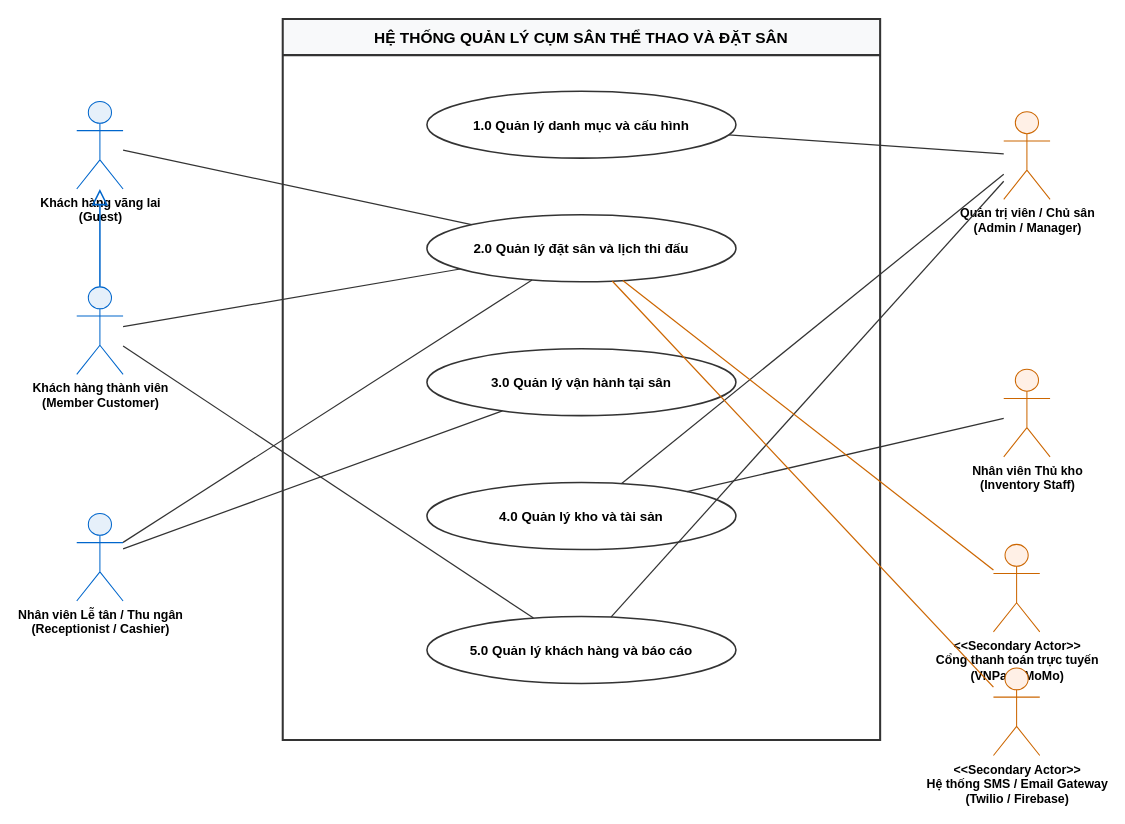
The draw.io diagram page "00_UC_TongThe" (1 of 7) of BTH/BTH3_UsecaseDiagram/DoAn_OOAD_UseCaseDiagram.drawio in nphat-code/DoAn-OOAD-SGU, before the edit. Source tidied: cells renumbered, new cells numbered last; positions are measured from the earlier drawing's top-left corner, leaving out a move shared by most shapes. Both pictures are drawn from the tidied source at 103%, with x=0, y=0 at pixel (76, 19).
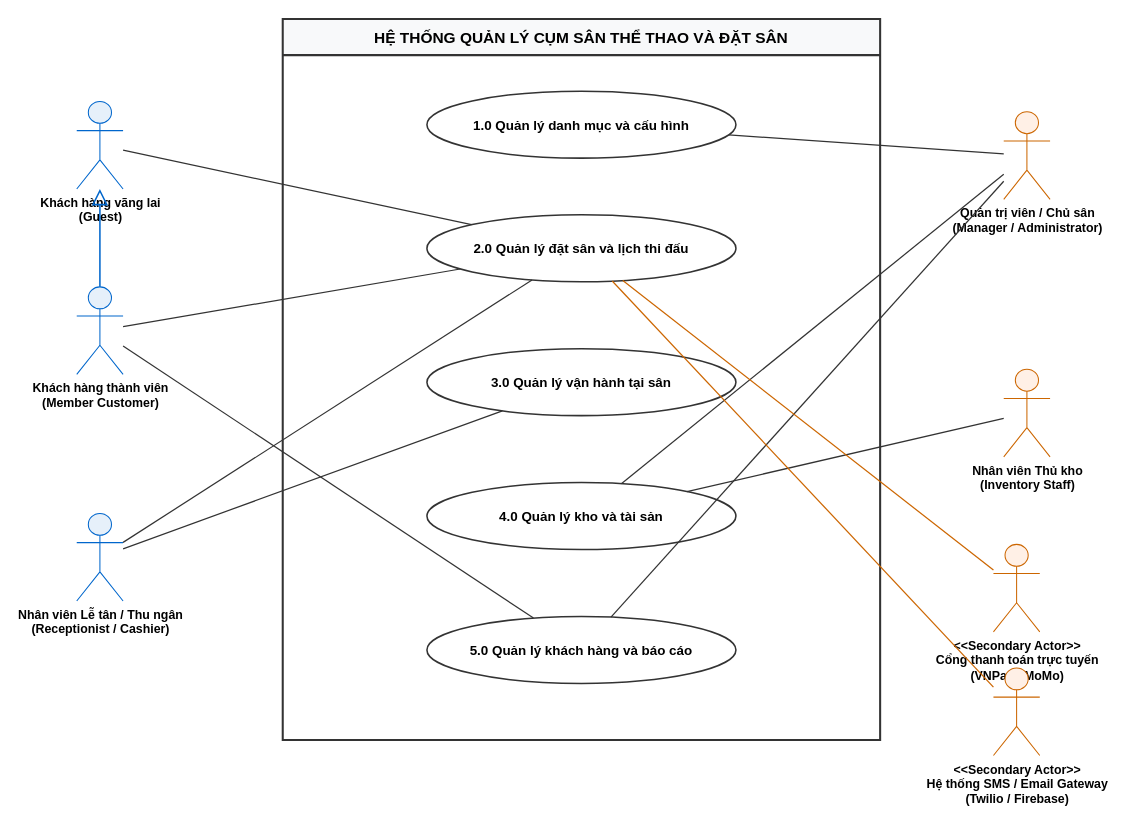
After the change.

Change to the diagram source:
```diff
@@
-    <mxCell id="6" value="Quản trị viên / Chủ sân&#10;(Admin / Manager)" style="shape=umlActor;verticalLabelPosition=bottom;verticalAlign=top;html=1;outlineConnect=0;fontFamily=Helvetica;fontSize=12;fontStyle=1;strokeColor=#CC6600;fillColor=#FFF0E6;" parent="1" vertex="1">
+    <mxCell id="6" value="Quản trị viên / Chủ sân&#10;(Manager / Administrator)" style="shape=umlActor;verticalLabelPosition=bottom;verticalAlign=top;html=1;outlineConnect=0;fontFamily=Helvetica;fontSize=12;fontStyle=1;strokeColor=#CC6600;fillColor=#FFF0E6;" parent="1" vertex="1">
       <mxGeometry x="900" y="90" width="45" height="85" as="geometry" />
     </mxCell>
```
